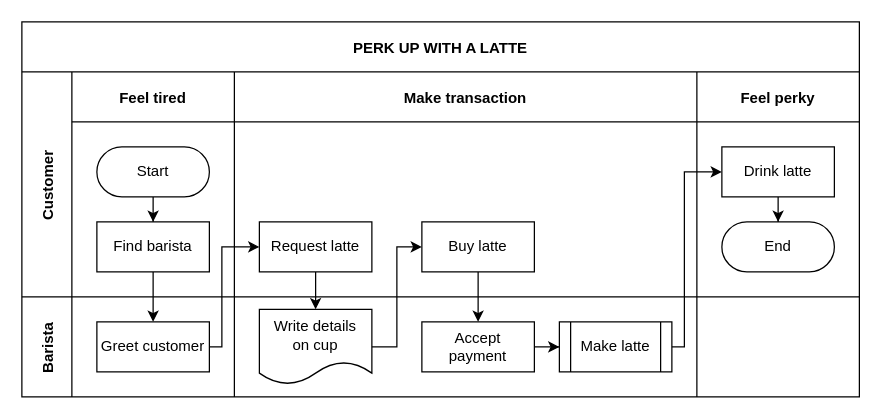
Above: Untitled Diagram.drawio in DevABM/AWS_3T (draw.io), before the change. Source tidied: cells renumbered, new cells numbered last; positions are measured from the earlier drawing's top-left corner, leaving out a move shared by most shapes. Both pictures are drawn from the tidied source at 125%, with x=0, y=0 at pixel (21, 21).
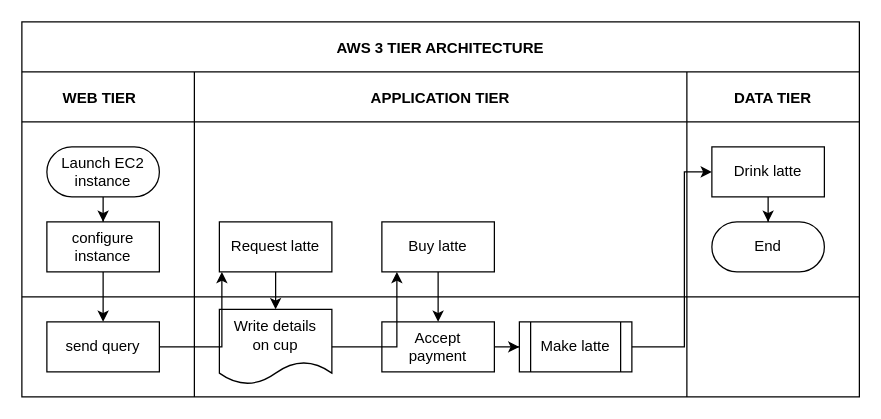
The same page after the edit.

Change to the diagram source:
```diff
@@
-    <mxCell id="2" value="PERK UP WITH A LATTE" style="shape=table;childLayout=tableLayout;startSize=40;fillColor=none;fontStyle=1;" parent="1" vertex="1">
+    <mxCell id="2" value="AWS 3 TIER ARCHITECTURE" style="shape=table;childLayout=tableLayout;startSize=40;fillColor=none;fontStyle=1;" parent="1" vertex="1">
       <mxGeometry width="670" height="300" as="geometry" />
     </mxCell>
@@
-    <mxCell id="4" value="Customer" style="shape=tableRow;horizontal=0;swimlaneHead=0;swimlaneBody=0;top=0;left=0;bottom=0;right=0;fillColor=none;startSize=40;fontStyle=1;" parent="2" vertex="1">
+    <mxCell id="4" style="shape=tableRow;horizontal=0;swimlaneHead=0;swimlaneBody=0;top=0;left=0;bottom=0;right=0;fillColor=none;startSize=0;fontStyle=1;" parent="2" vertex="1">
       <mxGeometry y="40" width="670" height="180" as="geometry" />
     </mxCell>
-    <mxCell id="5" value="Feel tired" style="swimlane;swimlaneHead=0;swimlaneBody=0;fillColor=none;startSize=40;fontStyle=1;" parent="4" vertex="1">
-      <mxGeometry x="40" width="130" height="180" as="geometry" />
+    <mxCell id="5" value="WEB TIER    " style="swimlane;swimlaneHead=0;swimlaneBody=0;fillColor=none;startSize=40;fontStyle=1;" parent="4" vertex="1">
+      <mxGeometry width="138" height="180" as="geometry" />
     </mxCell>
@@
-    <mxCell id="7" value="Start" style="rounded=1;whiteSpace=wrap;html=1;arcSize=50;" parent="5" vertex="1">
+    <mxCell id="7" value="Launch EC2 instance" style="rounded=1;whiteSpace=wrap;html=1;arcSize=50;" parent="5" vertex="1">
       <mxGeometry x="20" y="60" width="90" height="40" as="geometry" />
     </mxCell>
-    <mxCell id="8" value="Find barista" style="rounded=0;whiteSpace=wrap;html=1;" parent="5" vertex="1">
+    <mxCell id="8" value="configure instance" style="rounded=0;whiteSpace=wrap;html=1;" parent="5" vertex="1">
       <mxGeometry x="20" y="120" width="90" height="40" as="geometry" />
     </mxCell>
-    <mxCell id="9" value="Make transaction" style="swimlane;swimlaneHead=0;swimlaneBody=0;fillColor=none;startSize=40;fontStyle=1;" parent="4" vertex="1">
-      <mxGeometry x="170" width="370" height="180" as="geometry" />
+    <mxCell id="9" value="APPLICATION TIER" style="swimlane;swimlaneHead=0;swimlaneBody=0;fillColor=none;startSize=40;fontStyle=1;" parent="4" vertex="1">
+      <mxGeometry x="138" width="394" height="180" as="geometry" />
     </mxCell>
@@
-    <mxCell id="12" value="Feel perky" style="swimlane;swimlaneHead=0;swimlaneBody=0;fillColor=none;startSize=40;fontStyle=1;" parent="4" vertex="1">
-      <mxGeometry x="540" width="130" height="180" as="geometry" />
+    <mxCell id="12" value="DATA TIER" style="swimlane;swimlaneHead=0;swimlaneBody=0;fillColor=none;startSize=40;fontStyle=1;" parent="4" vertex="1">
+      <mxGeometry x="532" width="138" height="180" as="geometry" />
     </mxCell>
@@
-    <mxCell id="16" value="Barista" style="shape=tableRow;horizontal=0;swimlaneHead=0;swimlaneBody=0;top=0;left=0;bottom=0;right=0;fillColor=none;startSize=40;fontStyle=1;" parent="2" vertex="1">
+    <mxCell id="16" style="shape=tableRow;horizontal=0;swimlaneHead=0;swimlaneBody=0;top=0;left=0;bottom=0;right=0;fillColor=none;startSize=0;fontStyle=1;" parent="2" vertex="1">
       <mxGeometry y="220" width="670" height="80" as="geometry" />
     </mxCell>
     <mxCell id="17" style="swimlane;swimlaneHead=0;swimlaneBody=0;fillColor=none;startSize=0;fontStyle=1;" parent="16" vertex="1">
-      <mxGeometry x="40" width="130" height="80" as="geometry" />
+      <mxGeometry width="138" height="80" as="geometry" />
     </mxCell>
-    <mxCell id="18" value="Greet customer" style="rounded=0;whiteSpace=wrap;html=1;" parent="17" vertex="1">
+    <mxCell id="18" value="send query" style="rounded=0;whiteSpace=wrap;html=1;" parent="17" vertex="1">
       <mxGeometry x="20" y="20" width="90" height="40" as="geometry" />
     </mxCell>
     <mxCell id="19" style="swimlane;swimlaneHead=0;swimlaneBody=0;fillColor=none;startSize=0;fontStyle=1;" parent="16" vertex="1">
-      <mxGeometry x="170" width="370" height="80" as="geometry" />
+      <mxGeometry x="138" width="394" height="80" as="geometry" />
     </mxCell>
@@
     <mxCell id="24" style="swimlane;swimlaneHead=0;swimlaneBody=0;fillColor=none;startSize=0;fontStyle=1;" parent="16" vertex="1">
-      <mxGeometry x="540" width="130" height="80" as="geometry" />
+      <mxGeometry x="532" width="138" height="80" as="geometry" />
     </mxCell>
```
